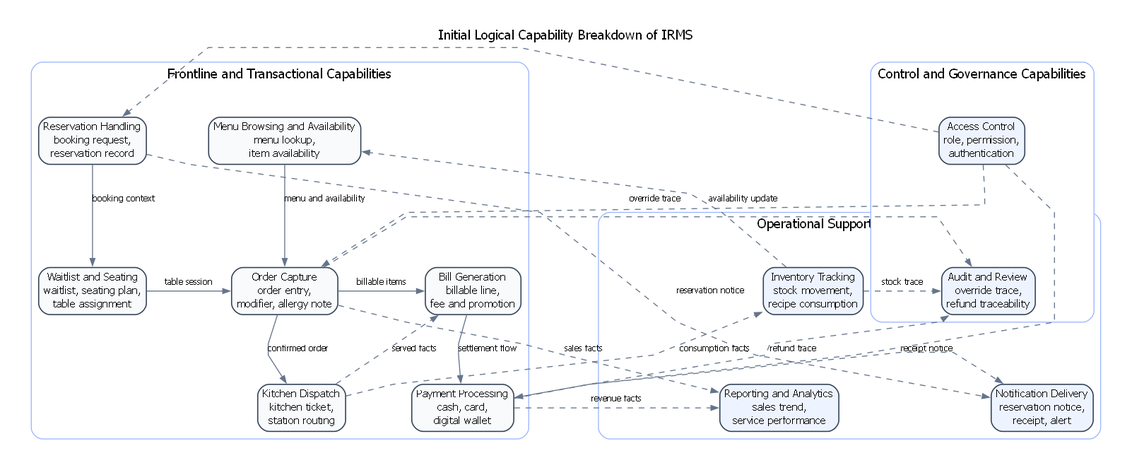
Earlier version of the Graphviz export assets/diagrams/rendered/architecture/04_initial_logical_components_cua_irms.png (lehoangluan1/SA_IRMS). Its source is kept beside it as assets/diagrams/source/architecture/04_initial_logical_components_cua_irms.dot.
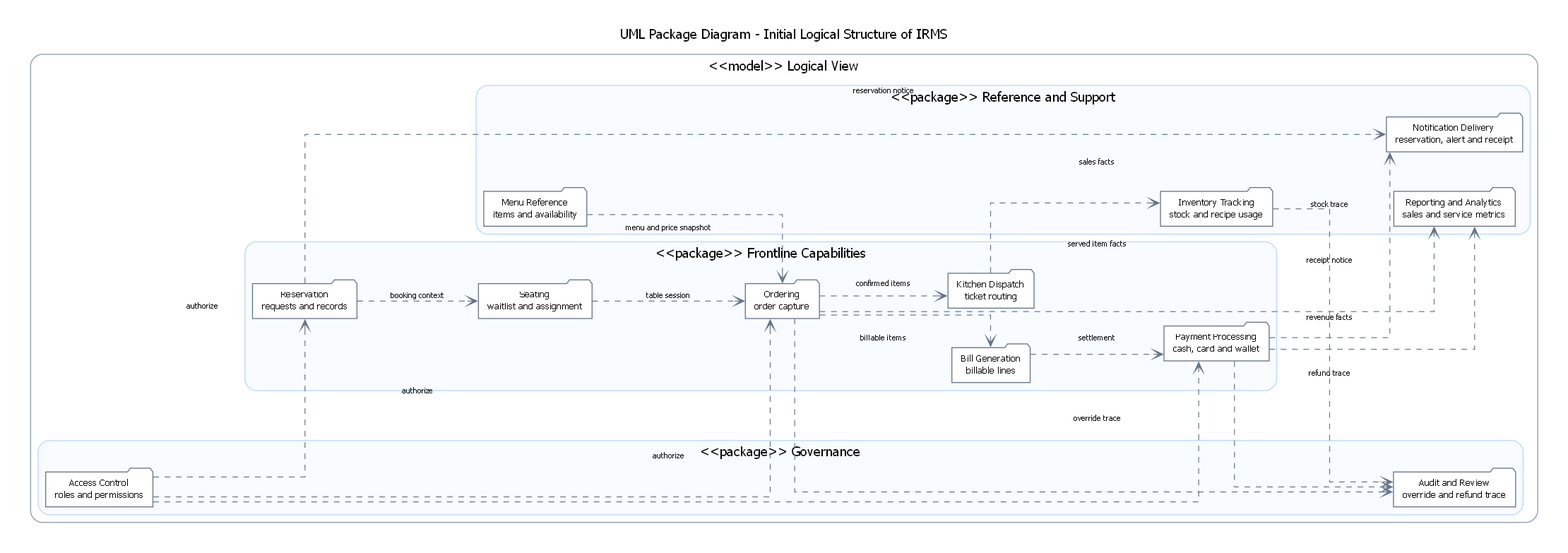
The same diagram one commit later.

The edit, as a diff of the source:
```diff
@@ -1,92 +1,78 @@
 digraph G {
   graph [
-    rankdir=TB,
+    rankdir=LR,
     newrank=true,
+    compound=true,
     bgcolor="white",
-    pad=0.35,
-    nodesep=0.55,
-    ranksep=0.85,
-    splines=polyline,
+    pad=0.34,
+    nodesep=0.58,
+    ranksep=1.00,
+    splines=ortho,
     fontname="DejaVu Sans",
     labelloc="t",
-    label="Initial Logical Capability Breakdown of IRMS"
+    label="UML Package Diagram - Initial Logical Structure of IRMS"
   ];
 
-  node [
-    shape=box,
-    style="rounded,filled",
-    fillcolor="#F8FAFC",
-    color="#334155",
-    fontname="DejaVu Sans",
-    fontsize=11,
-    penwidth=1.2,
-    margin="0.08,0.05"
-  ];
+  node [shape=folder, style="filled", fillcolor="#FFFFFF", color="#64748B", penwidth=1.0, fontname="DejaVu Sans", fontsize=9.8, margin="0.14,0.08"];
+  edge [style=dashed, arrowhead=vee, color="#64748B", penwidth=0.9, fontname="DejaVu Sans", fontsize=8.2];
 
-  edge [
-    fontname="DejaVu Sans",
-    fontsize=9,
-    color="#64748B",
-    arrowsize=0.75
-  ];
-
-  subgraph cluster_frontline {
-    label="Frontline and Transactional Capabilities";
-    color="#9BB5FF";
+  subgraph cluster_model {
+    label="<<model>> Logical View";
+    color="#94A3B8";
+    penwidth=1.1;
     style="rounded";
 
-    reservation [label="Reservation Handling\nbooking request,\nreservation record"];
-    seating [label="Waitlist and Seating\nwaitlist, seating plan,\ntable assignment"];
-    menu [label="Menu Browsing and Availability\nmenu lookup,\nitem availability"];
-    ordering [label="Order Capture\norder entry,\nmodifier, allergy note"];
-    kitchen [label="Kitchen Dispatch\nkitchen ticket,\nstation routing"];
-    billing [label="Bill Generation\nbillable line,\nfee and promotion"];
-    payment [label="Payment Processing\ncash, card,\ndigital wallet"];
+    subgraph cluster_frontline {
+      label="<<package>> Frontline Capabilities";
+      color="#BFDBFE";
+      style="rounded,filled";
+      fillcolor="#F8FBFF";
+      reservation [label="Reservation\nrequests and records"];
+      seating [label="Seating\nwaitlist and assignment"];
+      ordering [label="Ordering\norder capture"];
+      kitchen [label="Kitchen Dispatch\nticket routing"];
+      billing [label="Bill Generation\nbillable lines"];
+      payment [label="Payment Processing\ncash, card and wallet"];
+    }
+
+    subgraph cluster_support {
+      label="<<package>> Reference and Support";
+      color="#BFDBFE";
+      style="rounded,filled";
+      fillcolor="#F8FBFF";
+      menu [label="Menu Reference\nitems and availability"];
+      inventory [label="Inventory Tracking\nstock and recipe usage"];
+      reporting [label="Reporting and Analytics\nsales and service metrics"];
+      notification [label="Notification Delivery\nreservation, alert and receipt"];
+    }
+
+    subgraph cluster_governance {
+      label="<<package>> Governance";
+      color="#BFDBFE";
+      style="rounded,filled";
+      fillcolor="#F8FBFF";
+      access [label="Access Control\nroles and permissions"];
+      audit [label="Audit and Review\noverride and refund trace"];
+    }
   }
-
-  subgraph cluster_support {
-    label="Operational Support Capabilities";
-    color="#9BB5FF";
-    style="rounded";
-
-    inventory [label="Inventory Tracking\nstock movement,\nrecipe consumption", fillcolor="#EEF4FF"];
-    reporting [label="Reporting and Analytics\nsales trend,\nservice performance", fillcolor="#EEF4FF"];
-    notification [label="Notification Delivery\nreservation notice,\nreceipt, alert", fillcolor="#EEF4FF"];
-  }
-
-  subgraph cluster_control {
-    label="Control and Governance Capabilities";
-    color="#9BB5FF";
-    style="rounded";
-
-    access [label="Access Control\nrole, permission,\nauthentication", fillcolor="#EEF4FF"];
-    audit [label="Audit and Review\noverride trace,\nrefund traceability", fillcolor="#EEF4FF"];
-  }
-
-  { rank=same; reservation; menu; access; }
-  { rank=same; seating; ordering; billing; inventory; audit; }
-  { rank=same; kitchen; payment; reporting; notification; }
 
   reservation -> seating [label="booking context"];
   seating -> ordering [label="table session"];
-  menu -> ordering [label="menu and availability"];
-  ordering -> kitchen [label="confirmed order"];
+  menu -> ordering [label="menu and price snapshot"];
+  ordering -> kitchen [label="confirmed items"];
   ordering -> billing [label="billable items"];
-  kitchen -> billing [style=dashed, label="served facts"];
-  billing -> payment [label="settlement flow"];
+  billing -> payment [label="settlement"];
 
-  kitchen -> inventory [style=dashed, label="consumption facts", constraint=false];
-  inventory -> menu [style=dashed, label="availability update", constraint=false];
-  ordering -> reporting [style=dashed, label="sales facts", constraint=false];
-  payment -> reporting [style=dashed, label="revenue facts", constraint=false];
-  reservation -> notification [style=dashed, label="reservation notice", constraint=false];
-  payment -> notification [style=dashed, label="receipt notice", constraint=false];
+  kitchen -> inventory [label="served item facts"];
+  payment -> notification [label="receipt notice"];
+  reservation -> notification [label="reservation notice"];
+  ordering -> reporting [label="sales facts"];
+  payment -> reporting [label="revenue facts"];
 
-  access -> reservation [style=dashed, constraint=false];
-  access -> ordering [style=dashed, constraint=false];
-  access -> payment [style=dashed, constraint=false];
-
-  ordering -> audit [style=dashed, label="override trace", constraint=false];
-  payment -> audit [style=dashed, label="refund trace", constraint=false];
-  inventory -> audit [style=dashed, label="stock trace", constraint=false];
+  access -> reservation [label="authorize"];
+  access -> ordering [label="authorize"];
+  access -> payment [label="authorize"];
+  ordering -> audit [label="override trace"];
+  payment -> audit [label="refund trace"];
+  inventory -> audit [label="stock trace"];
 }
```
